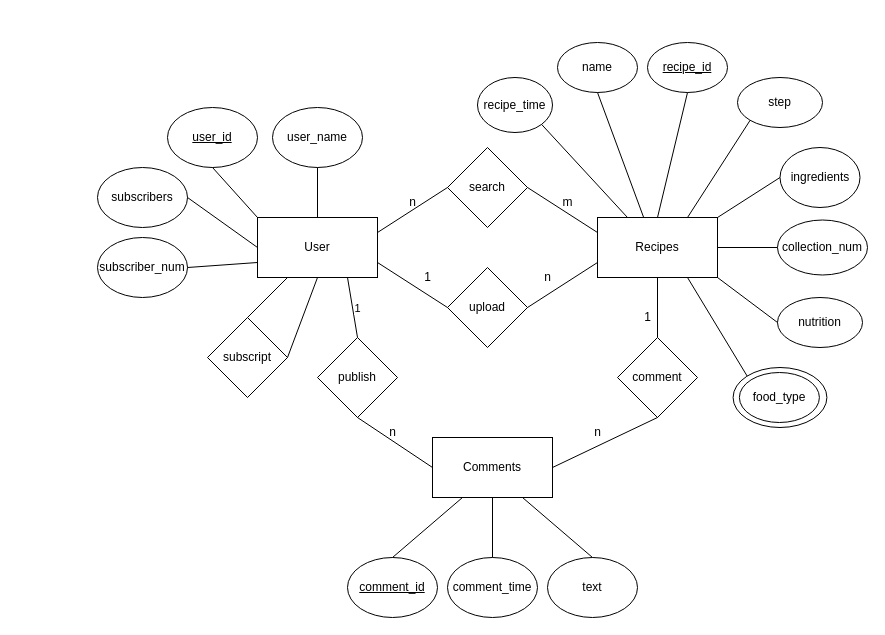
This is 未命名绘图.drawio from LiZijunApril/Data-Server, a draw.io file, before an edit. Source tidied: cells renumbered, new cells numbered last; positions are measured from the earlier drawing's top-left corner, leaving out a move shared by most shapes. Both pictures are drawn from the tidied source at 100%, with x=0, y=0 at pixel (97, 42).
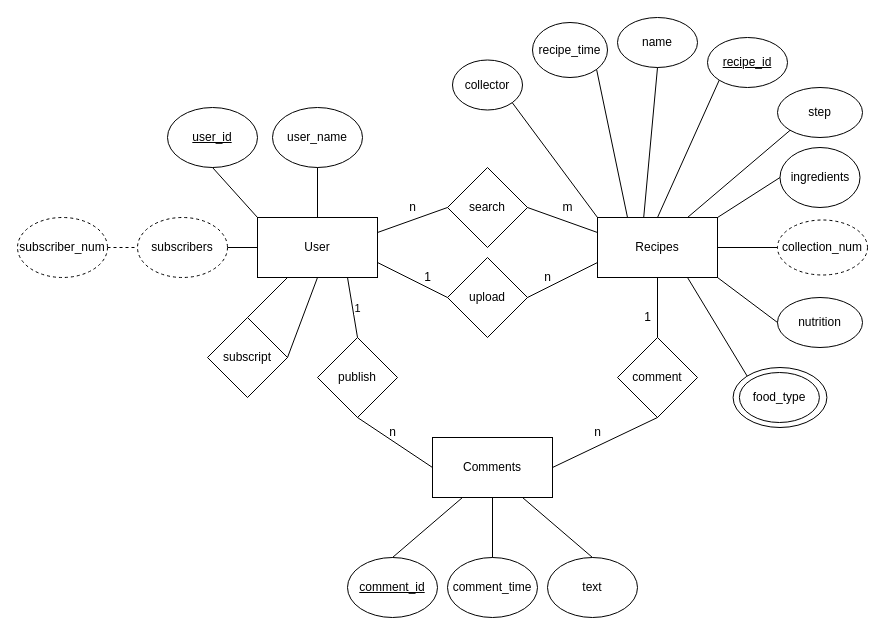
The same diagram, later.

The change refers to these unchanged cells:
```xml
<mxCell id="3" value="User" style="rounded=0;whiteSpace=wrap;html=1;" parent="1" vertex="1">
  <mxGeometry x="160" y="175" width="120" height="60" as="geometry" />
</mxCell>
<mxCell id="4" value="Recipes" style="rounded=0;whiteSpace=wrap;html=1;" parent="1" vertex="1">
  <mxGeometry x="500" y="175" width="120" height="60" as="geometry" />
</mxCell>
```

Diff of the diagram source:
```diff
@@
     <mxCell id="7" value="&lt;u&gt;recipe_id&lt;/u&gt;" style="ellipse;whiteSpace=wrap;html=1;" parent="1" vertex="1">
-      <mxGeometry x="550" width="80" height="50" as="geometry" />
+      <mxGeometry x="610" y="-5" width="80" height="50" as="geometry" />
     </mxCell>
@@
-    <mxCell id="9" value="subscribers" style="ellipse;whiteSpace=wrap;html=1;" parent="1" vertex="1">
-      <mxGeometry y="125" width="90" height="60" as="geometry" />
+    <mxCell id="9" value="subscribers" style="ellipse;whiteSpace=wrap;html=1;dashed=1;" parent="1" vertex="1">
+      <mxGeometry x="40" y="175" width="90" height="60" as="geometry" />
     </mxCell>
     <mxCell id="10" value="recipe_time" style="ellipse;whiteSpace=wrap;html=1;" parent="1" vertex="1">
-      <mxGeometry x="380" y="35" width="75" height="55" as="geometry" />
+      <mxGeometry x="435" y="-20" width="75" height="55" as="geometry" />
     </mxCell>
@@
     <mxCell id="14" value="search" style="rhombus;whiteSpace=wrap;html=1;" parent="1" vertex="1">
-      <mxGeometry x="350" y="105" width="80" height="80" as="geometry" />
+      <mxGeometry x="350" y="125" width="80" height="80" as="geometry" />
     </mxCell>
@@
     <mxCell id="17" value="upload" style="rhombus;whiteSpace=wrap;html=1;" parent="1" vertex="1">
-      <mxGeometry x="350" y="225" width="80" height="80" as="geometry" />
+      <mxGeometry x="350" y="215" width="80" height="80" as="geometry" />
     </mxCell>
@@
-    <mxCell id="36" style="endArrow=none;html=1;rounded=0;entryX=0.5;entryY=1;entryDx=0;entryDy=0;exitX=0.5;exitY=0;exitDx=0;exitDy=0;" parent="1" edge="1" source="4" target="7">
+    <mxCell id="36" style="endArrow=none;html=1;rounded=0;entryX=0;entryY=1;entryDx=0;entryDy=0;exitX=0.5;exitY=0;exitDx=0;exitDy=0;" parent="1" edge="1" source="4" target="7">
       <mxGeometry relative="1" as="geometry" />
     </mxCell>
@@
-    <mxCell id="40" value="collection_num" style="ellipse;whiteSpace=wrap;html=1;" parent="1" vertex="1">
+    <mxCell id="40" value="collection_num" style="ellipse;whiteSpace=wrap;html=1;dashed=1;" parent="1" vertex="1">
       <mxGeometry x="680" y="177.5" width="90" height="55" as="geometry" />
     </mxCell>
@@
-    <mxCell id="46" value="subscriber_num" style="ellipse;whiteSpace=wrap;html=1;" parent="1" vertex="1">
-      <mxGeometry y="195" width="90" height="60" as="geometry" />
+    <mxCell id="46" value="subscriber_num" style="ellipse;whiteSpace=wrap;html=1;dashed=1;" parent="1" vertex="1">
+      <mxGeometry x="-80" y="175" width="90" height="60" as="geometry" />
     </mxCell>
-    <mxCell id="47" style="endArrow=none;html=1;rounded=0;exitX=1;exitY=0.5;exitDx=0;exitDy=0;entryX=0;entryY=0.75;entryDx=0;entryDy=0;" parent="1" edge="1" source="46" target="3">
+    <mxCell id="47" style="endArrow=none;html=1;rounded=0;exitX=1;exitY=0.5;exitDx=0;exitDy=0;entryX=0;entryY=0.5;entryDx=0;entryDy=0;dashed=1;" parent="1" edge="1" source="46" target="9">
       <mxGeometry relative="1" as="geometry" />
     </mxCell>
     <mxCell id="48" value="step" style="ellipse;whiteSpace=wrap;html=1;" parent="1" vertex="1">
-      <mxGeometry x="640" y="35" width="85" height="50" as="geometry" />
+      <mxGeometry x="680" y="45" width="85" height="50" as="geometry" />
     </mxCell>
@@
     <mxCell id="50" value="name" style="ellipse;whiteSpace=wrap;html=1;fillStyle=auto;" parent="1" vertex="1">
-      <mxGeometry x="460" width="80" height="50" as="geometry" />
+      <mxGeometry x="520" y="-25" width="80" height="50" as="geometry" />
     </mxCell>
@@
     <mxCell id="57" value="n" style="text;html=1;align=center;verticalAlign=middle;strokeColor=none;fillColor=none;" parent="1" vertex="1">
-      <mxGeometry x="300" y="145" width="30" height="30" as="geometry" />
+      <mxGeometry x="300" y="150" width="30" height="30" as="geometry" />
     </mxCell>
     <mxCell id="58" value="m" style="text;html=1;align=center;verticalAlign=middle;strokeColor=none;fillColor=none;" parent="1" vertex="1">
-      <mxGeometry x="455" y="145" width="30" height="30" as="geometry" />
+      <mxGeometry x="455" y="150" width="30" height="30" as="geometry" />
     </mxCell>
+    <mxCell id="59" value="collector" style="ellipse;whiteSpace=wrap;html=1;fillStyle=auto;" parent="1" vertex="1">
+      <mxGeometry x="355" y="17.5" width="70" height="50" as="geometry" />
+    </mxCell>
+    <mxCell id="60" style="endArrow=none;html=1;rounded=0;entryX=1;entryY=1;entryDx=0;entryDy=0;exitX=0;exitY=0;exitDx=0;exitDy=0;" parent="1" edge="1" source="4" target="59">
+      <mxGeometry relative="1" as="geometry" />
+    </mxCell>
```
